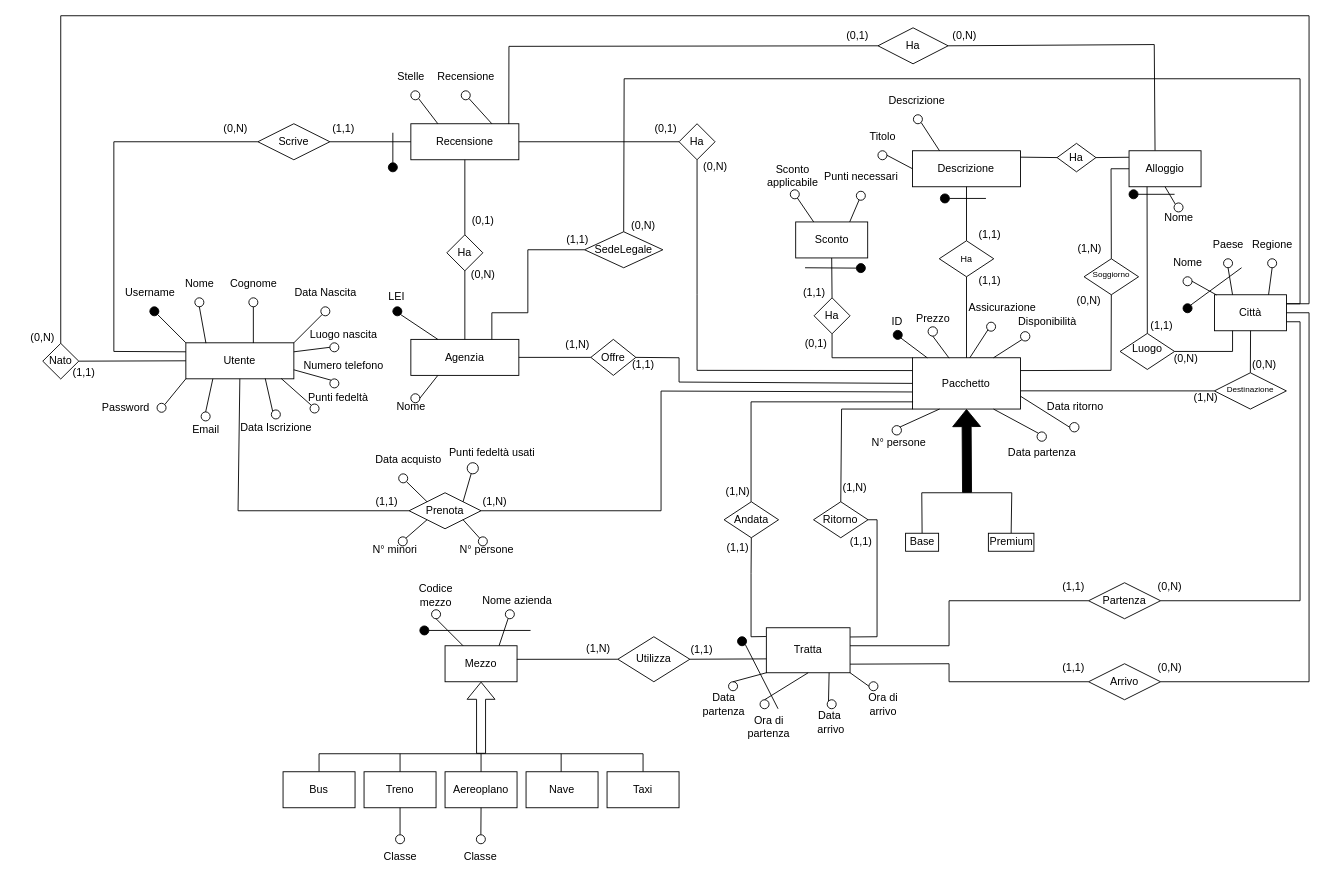
This is ER/ER.drawio from bustre/Easy-travel, a draw.io file, before an edit. Source tidied: cells renumbered, new cells numbered last; positions are measured from the earlier drawing's top-left corner, leaving out a move shared by most shapes. Both pictures are drawn from the tidied source at 90%, with x=0, y=0 at pixel (15, 15).
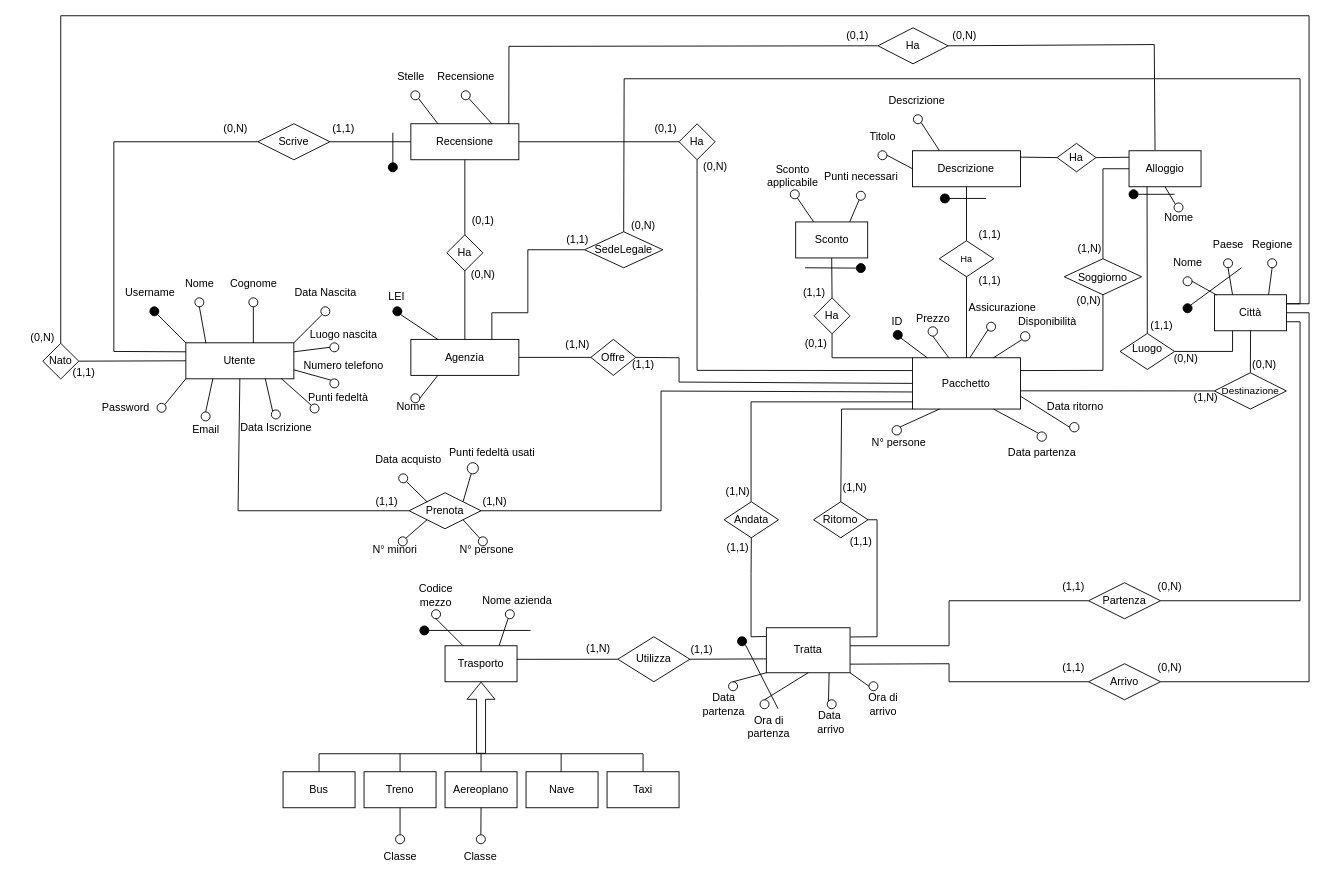
Above is the later version.

Commit message:
Aggiornamento ER concettuale

The change refers to these unchanged cells:
```xml
<mxCell id="4" value="Pacchetto" style="rounded=0;whiteSpace=wrap;html=1;" parent="1" vertex="1">
  <mxGeometry x="996.4" y="380" width="120" height="57" as="geometry" />
</mxCell>
<mxCell id="56" value="Alloggio" style="rounded=0;whiteSpace=wrap;html=1;" parent="1" vertex="1">
  <mxGeometry x="1237" y="150" width="80" height="40" as="geometry" />
</mxCell>
```

Diff of the diagram source:
```diff
@@
-    <mxCell id="37" value="&lt;div style=&quot;line-height: 0%; font-size: 9px;&quot; align=&quot;center&quot;&gt;Destinazione&lt;/div&gt;&lt;div style=&quot;font-size: 9px;&quot; align=&quot;center&quot;&gt;&lt;br style=&quot;font-size: 9px;&quot;&gt;&lt;/div&gt;" style="rhombus;whiteSpace=wrap;html=1;align=center;spacingTop=8;fontSize=9;" parent="1" vertex="1">
+    <mxCell id="37" value="&lt;div style=&quot;line-height: 0%; font-size: 11px;&quot; align=&quot;center&quot;&gt;Destinazione&lt;/div&gt;&lt;div style=&quot;font-size: 11px;&quot; align=&quot;center&quot;&gt;&lt;br style=&quot;font-size: 11px;&quot;&gt;&lt;/div&gt;" style="rhombus;whiteSpace=wrap;html=1;align=center;spacingTop=13;fontSize=11;" parent="1" vertex="1">
       <mxGeometry x="1331.8" y="396.7" width="80" height="40.3" as="geometry" />
     </mxCell>
@@
-    <mxCell id="54" value="&lt;font style=&quot;font-size: 9px;&quot;&gt;Soggiorno&lt;/font&gt;" style="rhombus;whiteSpace=wrap;html=1;spacingBottom=6;" parent="1" vertex="1">
-      <mxGeometry x="1187" y="270" width="60.6" height="40" as="geometry" />
+    <mxCell id="54" value="&lt;font style=&quot;font-size: 12px;&quot;&gt;Soggiorno&lt;/font&gt;" style="rhombus;whiteSpace=wrap;html=1;spacingBottom=-1;fontSize=12;verticalAlign=middle;" parent="1" vertex="1">
+      <mxGeometry x="1165" y="270" width="86" height="40" as="geometry" />
     </mxCell>
     <mxCell id="55" style="endArrow=none;html=1;rounded=0;exitX=1;exitY=0.25;exitDx=0;exitDy=0;entryX=0.5;entryY=1;entryDx=0;entryDy=0;" parent="1" edge="1" source="4" target="54">
       <mxGeometry relative="1" as="geometry">
         <Array as="points">
-          <mxPoint x="1217" y="394" />
+          <mxPoint x="1208" y="394" />
         </Array>
       </mxGeometry>
     </mxCell>
@@
     <mxCell id="57" style="endArrow=none;html=1;rounded=0;entryX=0.5;entryY=0;entryDx=0;entryDy=0;exitX=0;exitY=0.5;exitDx=0;exitDy=0;" parent="1" edge="1" source="56" target="54">
       <mxGeometry relative="1" as="geometry">
         <Array as="points">
-          <mxPoint x="1217" y="170" />
+          <mxPoint x="1208" y="170" />
         </Array>
       </mxGeometry>
     </mxCell>
@@
-    <mxCell id="73" value="Mezzo" style="rounded=0;whiteSpace=wrap;html=1;" parent="1" vertex="1">
+    <mxCell id="73" value="Trasporto" style="rounded=0;whiteSpace=wrap;html=1;" parent="1" vertex="1">
       <mxGeometry x="477" y="700" width="80" height="40" as="geometry" />
     </mxCell>
@@
-    <mxCell id="78" style="shape=flexArrow;endArrow=classic;html=1;rounded=0;entryX=0.5;entryY=1;entryDx=0;entryDy=0;fillColor=#000000;" parent="1" edge="1" target="4">
-      <mxGeometry relative="1" as="geometry">
-        <mxPoint x="1057" y="530" as="sourcePoint" />
-      </mxGeometry>
-    </mxCell>
-    <mxCell id="79" style="endArrow=none;html=1;rounded=0;entryX=0.5;entryY=0;entryDx=0;entryDy=0;exitX=0.5;exitY=0;exitDx=0;exitDy=0;" parent="1" edge="1" source="80" target="81">
-      <mxGeometry relative="1" as="geometry">
-        <Array as="points">
-          <mxPoint x="1006.7" y="530" />
-          <mxPoint x="1106.7" y="530" />
-        </Array>
-      </mxGeometry>
-    </mxCell>
-    <mxCell id="80" value="Base" style="rounded=0;whiteSpace=wrap;html=1;" parent="1" vertex="1">
-      <mxGeometry x="988.7" y="575" width="36.7" height="20" as="geometry" />
-    </mxCell>
-    <mxCell id="81" value="Premium" style="rounded=0;whiteSpace=wrap;html=1;" parent="1" vertex="1">
-      <mxGeometry x="1080.7" y="575" width="50.6" height="20" as="geometry" />
-    </mxCell>
```
